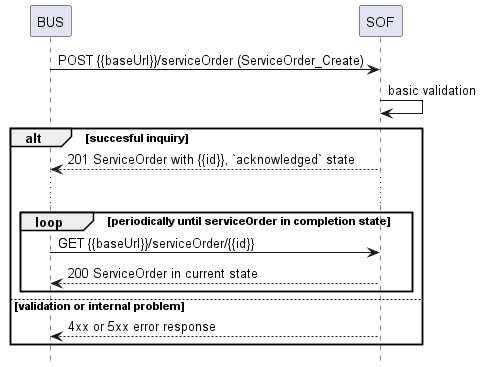
MEF-GIT/MEF-LSO-Legato-SDK keeps this PlantUML diagram as documentation/serviceApi/order/media/useCase1Polling.png. Above is the earlier version.
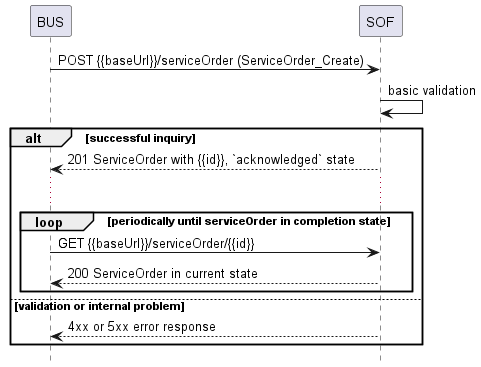
Above is the later version.

What changed in the source:
```diff
@@ -8,7 +8,7 @@
 BUS -> SOF : POST {{baseUrl}}/serviceOrder (ServiceOrder_Create)
 SOF -> SOF : basic validation
 
-alt succesful inquiry
+alt successful inquiry
   SOF --> BUS : 201 ServiceOrder with {{id}}, `acknowledged` state
 
   ...
```
